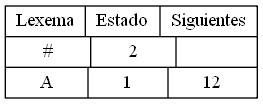
Above: SIGUIENTES_201700733/ListaSig4.png in ByLy23/Regexitive-AFD-converter (Graphviz), before the change. Its source is kept beside it as Dot/ListaSig4.dot. Its diagram source:
```dot
digraph ListaSiguientes{
rankdir=LR
node[shape= record];
cabeza[label="{Lexema | Estado | Siguientes}| {# |2|{}}| {A |1|{12}}"];

}
```
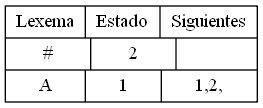
After the commit.

Diff of the diagram source:
```diff
@@ -1,6 +1,6 @@
 digraph ListaSiguientes{
 rankdir=LR
-node[shape= record];
-cabeza[label="{Lexema | Estado | Siguientes}| {# |2|{}}| {A |1|{12}}"];
+node[shape= record width=1 height=1];
+cabeza[label="{Lexema | Estado | Siguientes}| {# |2|{}}| {A |1|{1,2,}}"];
 
 }
```
